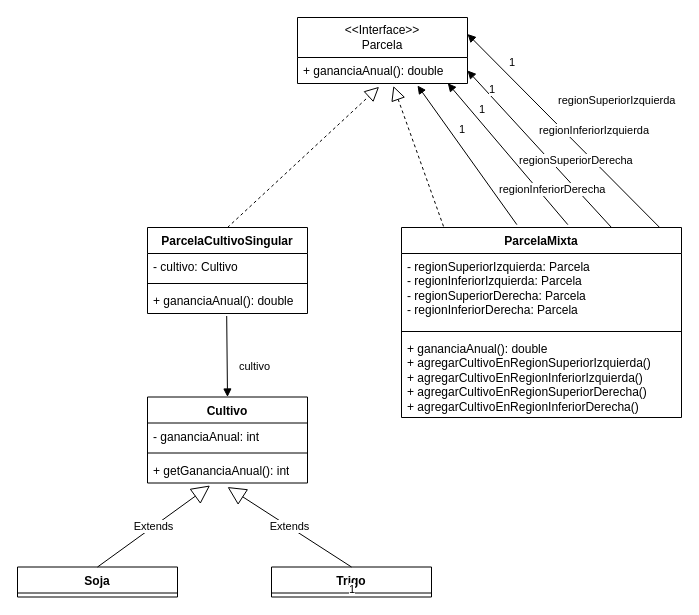
Before: obj2/clase_9/parcelas_uml.drawio in CrisIanBech/facultad, a draw.io diagram. Source tidied: cells renumbered, new cells numbered last; positions are measured from the earlier drawing's top-left corner, leaving out a move shared by most shapes. Both pictures are drawn from the tidied source at 100%, with x=0, y=0 at pixel (17, 17).
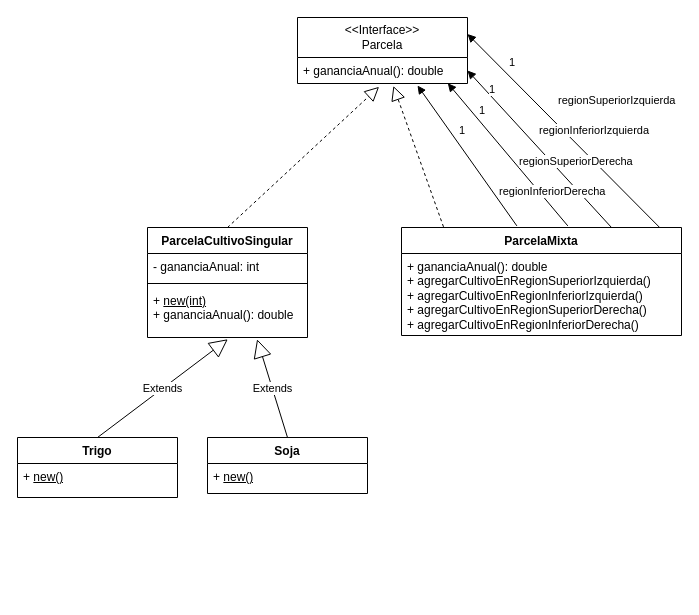
The same diagram, later.

What changed in the source:
```diff
@@
     <mxCell id="4" value="ParcelaCultivoSingular" style="swimlane;fontStyle=1;align=center;verticalAlign=top;horizontal=1;startSize=26;whiteSpace=wrap;html=1;" parent="1" vertex="1">
-      <mxGeometry x="130" y="210" width="160" height="86" as="geometry" />
+      <mxGeometry x="130" y="210" width="160" height="110" as="geometry" />
     </mxCell>
-    <mxCell id="5" value="- cultivo: Cultivo" style="text;strokeColor=none;fillColor=none;align=left;verticalAlign=top;spacingLeft=4;spacingRight=4;overflow=hidden;whiteSpace=wrap;html=1;" parent="4" vertex="1">
+    <mxCell id="5" value="-&amp;nbsp;gananciaAnual&lt;span style=&quot;background-color: initial;&quot;&gt;: int&lt;/span&gt;" style="text;strokeColor=none;fillColor=none;align=left;verticalAlign=top;spacingLeft=4;spacingRight=4;overflow=hidden;whiteSpace=wrap;html=1;" parent="4" vertex="1">
       <mxGeometry y="26" width="160" height="26" as="geometry" />
     </mxCell>
@@
-    <mxCell id="7" value="+ gananciaAnual(): double" style="text;strokeColor=none;fillColor=none;align=left;verticalAlign=top;spacingLeft=4;spacingRight=4;overflow=hidden;points=[[0,0.5],[1,0.5]];portConstraint=eastwest;whiteSpace=wrap;html=1;" parent="4" vertex="1">
-      <mxGeometry y="60" width="160" height="26" as="geometry" />
+    <mxCell id="7" value="+ &lt;u&gt;new(int)&lt;/u&gt;&lt;br&gt;+ gananciaAnual(): double" style="text;strokeColor=none;fillColor=none;align=left;verticalAlign=top;spacingLeft=4;spacingRight=4;overflow=hidden;points=[[0,0.5],[1,0.5]];portConstraint=eastwest;whiteSpace=wrap;html=1;" parent="4" vertex="1">
+      <mxGeometry y="60" width="160" height="50" as="geometry" />
     </mxCell>
     <mxCell id="8" value="ParcelaMixta" style="swimlane;fontStyle=1;align=center;verticalAlign=top;horizontal=1;startSize=26;whiteSpace=wrap;html=1;" parent="1" vertex="1">
-      <mxGeometry x="384" y="210" width="280" height="190" as="geometry" />
+      <mxGeometry x="384" y="210" width="280" height="108" as="geometry" />
     </mxCell>
-    <mxCell id="9" value="- regionSuperiorIzquierda: Parcela&lt;br&gt;- regionInferiorIzquierda: Parcela&lt;br&gt;- regionSuperiorDerecha: Parcela&lt;br&gt;- regionInferiorDerecha: Parcela" style="text;strokeColor=none;fillColor=none;align=left;verticalAlign=top;spacingLeft=4;spacingRight=4;overflow=hidden;whiteSpace=wrap;html=1;" parent="8" vertex="1">
-      <mxGeometry y="26" width="280" height="74" as="geometry" />
-    </mxCell>
-    <mxCell id="10" style="line;strokeWidth=1;fillColor=none;align=left;verticalAlign=middle;spacingTop=-1;spacingLeft=3;spacingRight=3;labelPosition=right;strokeColor=inherit;" parent="8" vertex="1">
-      <mxGeometry y="100" width="280" height="8" as="geometry" />
-    </mxCell>
     <mxCell id="11" value="+ gananciaAnual(): double&lt;br&gt;+ agregarCultivoEnRegionSuperiorIzquierda()&lt;br&gt;+ agregarCultivoEnRegionInferiorIzquierda()&lt;br&gt;+ agregarCultivoEnRegionSuperiorDerecha()&lt;br&gt;+ agregarCultivoEnRegionInferiorDerecha()" style="text;strokeColor=none;fillColor=none;align=left;verticalAlign=top;spacingLeft=4;spacingRight=4;overflow=hidden;whiteSpace=wrap;html=1;" parent="8" vertex="1">
-      <mxGeometry y="108" width="280" height="82" as="geometry" />
+      <mxGeometry y="26" width="280" height="82" as="geometry" />
     </mxCell>
@@
-    <mxCell id="14" value="Cultivo" style="swimlane;fontStyle=1;align=center;verticalAlign=top;horizontal=1;startSize=26;whiteSpace=wrap;html=1;" parent="1" vertex="1">
-      <mxGeometry x="130" y="379.5" width="160" height="86" as="geometry" />
-    </mxCell>
-    <mxCell id="15" value="- gananciaAnual: int" style="text;strokeColor=none;fillColor=none;align=left;verticalAlign=top;spacingLeft=4;spacingRight=4;overflow=hidden;whiteSpace=wrap;html=1;" parent="14" vertex="1">
-      <mxGeometry y="26" width="160" height="26" as="geometry" />
-    </mxCell>
-    <mxCell id="16" style="line;strokeWidth=1;fillColor=none;align=left;verticalAlign=middle;spacingTop=-1;spacingLeft=3;spacingRight=3;labelPosition=right;strokeColor=inherit;" parent="14" vertex="1">
-      <mxGeometry y="52" width="160" height="8" as="geometry" />
-    </mxCell>
-    <mxCell id="17" value="+ getGananciaAnual(): int" style="text;strokeColor=none;fillColor=none;align=left;verticalAlign=top;spacingLeft=4;spacingRight=4;overflow=hidden;points=[[0,0.5],[1,0.5]];portConstraint=eastwest;whiteSpace=wrap;html=1;" parent="14" vertex="1">
-      <mxGeometry y="60" width="160" height="26" as="geometry" />
-    </mxCell>
-    <mxCell id="18" value="Soja" style="swimlane;fontStyle=1;align=center;verticalAlign=top;horizontal=1;startSize=26;whiteSpace=wrap;html=1;" parent="1" vertex="1">
-      <mxGeometry y="549.5" width="160" height="30" as="geometry" />
-    </mxCell>
-    <mxCell id="19" value="Trigo" style="swimlane;fontStyle=1;align=center;verticalAlign=top;horizontal=1;startSize=26;whiteSpace=wrap;html=1;" parent="1" vertex="1">
-      <mxGeometry x="254" y="549.5" width="160" height="30" as="geometry" />
-    </mxCell>
-    <mxCell id="20" value="Extends" style="endArrow=block;endSize=16;endFill=0;html=1;rounded=0;exitX=0.5;exitY=0;exitDx=0;exitDy=0;entryX=0.391;entryY=1.096;entryDx=0;entryDy=0;entryPerimeter=0;" parent="1" edge="1" source="18" target="17">
-      <mxGeometry relative="1" as="geometry" />
-    </mxCell>
-    <mxCell id="21" value="Extends" style="endArrow=block;endSize=16;endFill=0;html=1;rounded=0;exitX=0.5;exitY=0;exitDx=0;exitDy=0;" parent="1" edge="1" source="19">
-      <mxGeometry relative="1" as="geometry">
-        <mxPoint x="210" y="469.5" as="targetPoint" />
-      </mxGeometry>
-    </mxCell>
-    <mxCell id="22" value="cultivo" style="endArrow=block;endFill=1;html=1;align=left;verticalAlign=top;rounded=0;entryX=0.5;entryY=0;entryDx=0;entryDy=0;exitX=0.495;exitY=1.096;exitDx=0;exitDy=0;exitPerimeter=0;" parent="1" edge="1" source="7" target="14">
-      <mxGeometry x="-0.07" y="10" relative="1" as="geometry" />
-    </mxCell>
-    <mxCell id="23" value="1" style="edgeLabel;html=1;align=left;verticalAlign=bottom;" parent="22" vertex="1">
-      <mxGeometry x="-1" relative="1" as="geometry">
-        <mxPoint x="121" y="282" as="offset" />
-      </mxGeometry>
-    </mxCell>
@@
+    <mxCell id="19" value="Trigo" style="swimlane;fontStyle=1;align=center;verticalAlign=top;horizontal=1;startSize=26;whiteSpace=wrap;html=1;" parent="1" vertex="1">
+      <mxGeometry y="420" width="160" height="60" as="geometry" />
+    </mxCell>
+    <mxCell id="32" value="+ &lt;u&gt;new()&lt;/u&gt;" style="text;strokeColor=none;fillColor=none;align=left;verticalAlign=top;spacingLeft=4;spacingRight=4;overflow=hidden;whiteSpace=wrap;html=1;" parent="19" vertex="1">
+      <mxGeometry y="26" width="160" height="34" as="geometry" />
+    </mxCell>
+    <mxCell id="18" value="Soja" style="swimlane;fontStyle=1;align=center;verticalAlign=top;horizontal=1;startSize=26;whiteSpace=wrap;html=1;" parent="1" vertex="1">
+      <mxGeometry x="190" y="420" width="160" height="56" as="geometry" />
+    </mxCell>
+    <mxCell id="33" value="+ &lt;u&gt;new()&lt;/u&gt;" style="text;strokeColor=none;fillColor=none;align=left;verticalAlign=top;spacingLeft=4;spacingRight=4;overflow=hidden;whiteSpace=wrap;html=1;" parent="18" vertex="1">
+      <mxGeometry y="26" width="160" height="30" as="geometry" />
+    </mxCell>
+    <mxCell id="34" value="Extends" style="endArrow=block;endSize=16;endFill=0;html=1;rounded=0;entryX=0.502;entryY=1.035;entryDx=0;entryDy=0;entryPerimeter=0;exitX=0.5;exitY=0;exitDx=0;exitDy=0;" parent="1" edge="1" source="19" target="7">
+      <mxGeometry relative="1" as="geometry" />
+    </mxCell>
+    <mxCell id="35" value="Extends" style="endArrow=block;endSize=16;endFill=0;html=1;rounded=0;entryX=0.685;entryY=1.035;entryDx=0;entryDy=0;entryPerimeter=0;exitX=0.5;exitY=0;exitDx=0;exitDy=0;" parent="1" edge="1" source="18" target="7">
+      <mxGeometry relative="1" as="geometry" />
+    </mxCell>
```
